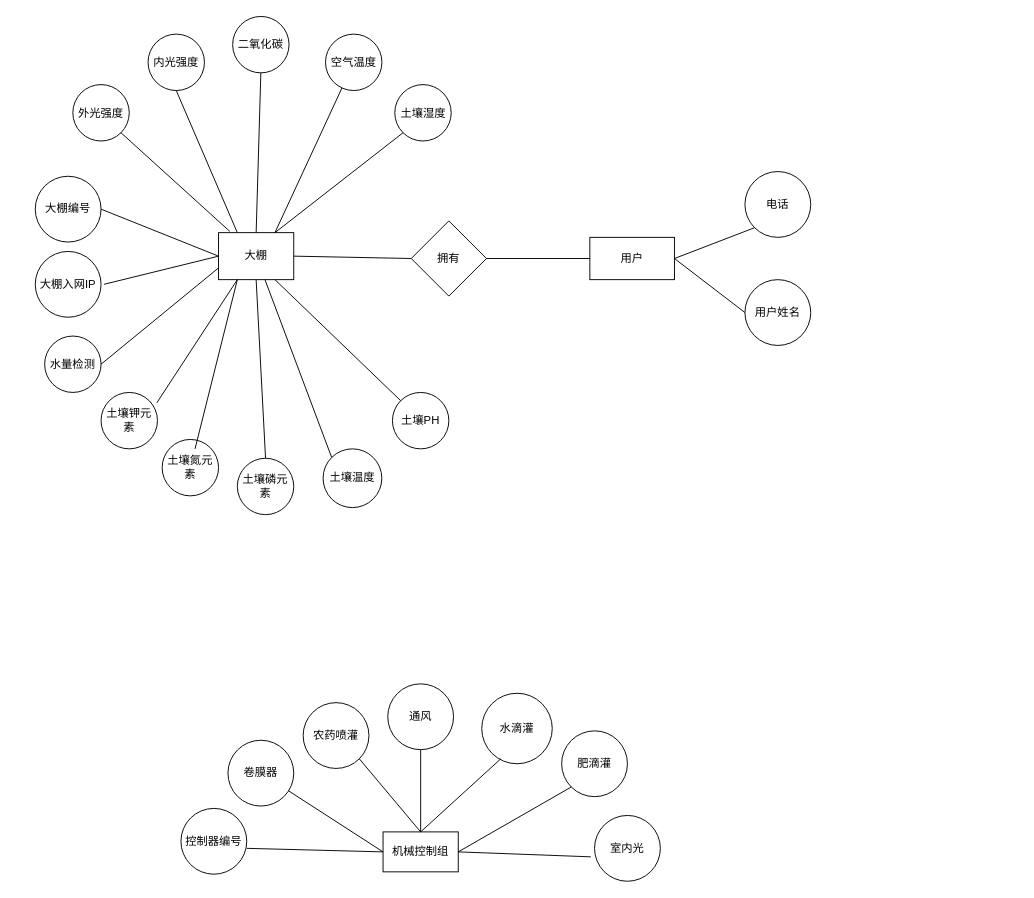
The draw.io diagram 数据库ER图.drawio in jiejiehuang113/Precise-irrigation, before the edit. Source tidied: cells renumbered, new cells numbered last; positions are measured from the earlier drawing's top-left corner, leaving out a move shared by most shapes. Both pictures are drawn from the tidied source at 94%, with x=0, y=0 at pixel (35, 16).
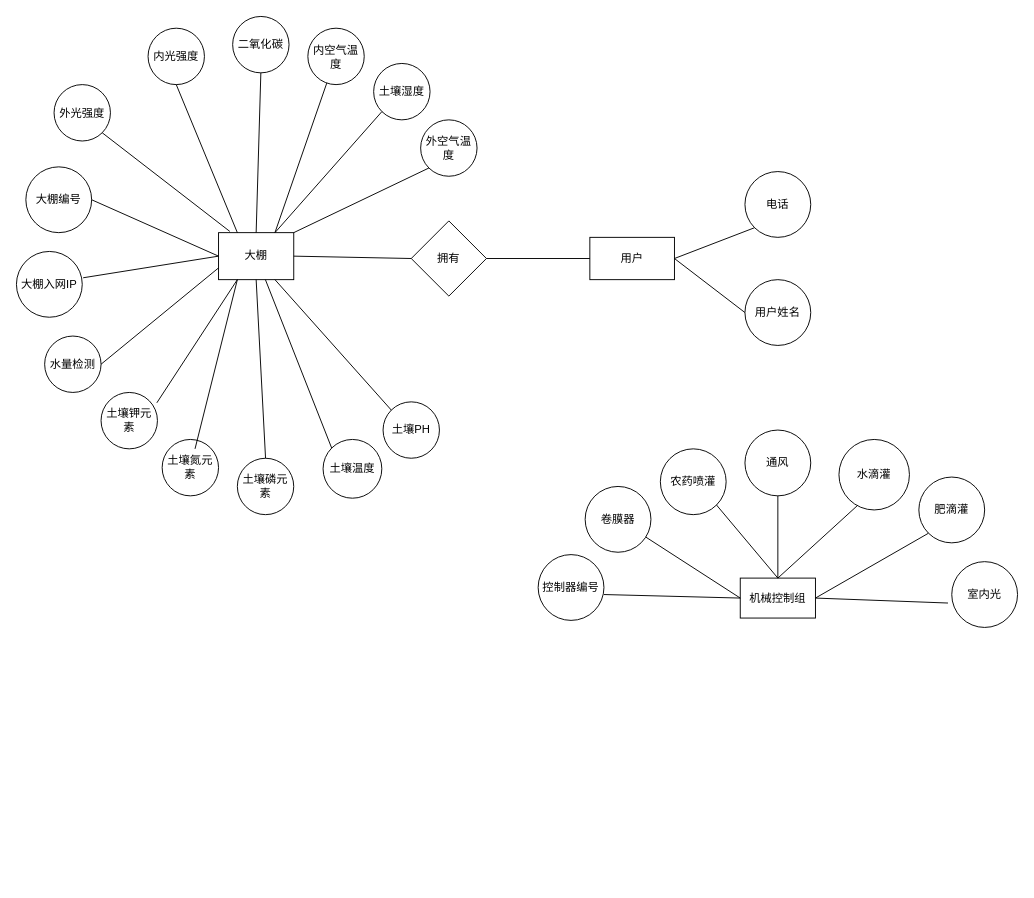
After the change.

Commit message:
更新数据库ER图.drawio

Unchanged cells that the change refers to:
```xml
<mxCell id="2" value="大棚" style="rounded=0;whiteSpace=wrap;html=1;" parent="1" vertex="1">
  <mxGeometry x="195" y="230" width="80" height="50" as="geometry" />
</mxCell>
```

Change to the diagram source:
```diff
@@
     <mxCell id="4" value="内光强度" style="ellipse;whiteSpace=wrap;html=1;" parent="1" vertex="1">
-      <mxGeometry x="120" y="18.8" width="60" height="60" as="geometry" />
+      <mxGeometry x="120" y="12.5" width="60" height="60" as="geometry" />
     </mxCell>
     <mxCell id="5" value="外光强度" style="ellipse;whiteSpace=wrap;html=1;" parent="1" vertex="1">
-      <mxGeometry x="40" y="72.5" width="60" height="60" as="geometry" />
+      <mxGeometry x="20" y="72.5" width="60" height="60" as="geometry" />
     </mxCell>
     <mxCell id="6" value="机械控制组" style="rounded=0;whiteSpace=wrap;html=1;" parent="1" vertex="1">
-      <mxGeometry x="370" y="867.5" width="80" height="42.5" as="geometry" />
+      <mxGeometry x="750" y="597.5" width="80" height="42.5" as="geometry" />
     </mxCell>
     <mxCell id="7" value="卷膜器" style="ellipse;whiteSpace=wrap;html=1;" parent="1" vertex="1">
-      <mxGeometry x="205" y="770" width="70" height="70" as="geometry" />
+      <mxGeometry x="585" y="500" width="70" height="70" as="geometry" />
     </mxCell>
     <mxCell id="8" value="农药喷灌" style="ellipse;whiteSpace=wrap;html=1;" parent="1" vertex="1">
-      <mxGeometry x="285" y="730" width="70" height="70" as="geometry" />
+      <mxGeometry x="665" y="460" width="70" height="70" as="geometry" />
     </mxCell>
     <mxCell id="9" value="通风" style="ellipse;whiteSpace=wrap;html=1;" parent="1" vertex="1">
-      <mxGeometry x="375" y="710" width="70" height="70" as="geometry" />
+      <mxGeometry x="755" y="440" width="70" height="70" as="geometry" />
     </mxCell>
     <mxCell id="10" value="水滴灌" style="ellipse;whiteSpace=wrap;html=1;" parent="1" vertex="1">
-      <mxGeometry x="475" y="720" width="75" height="75" as="geometry" />
+      <mxGeometry x="855" y="450" width="75" height="75" as="geometry" />
     </mxCell>
     <mxCell id="11" value="室内光" style="ellipse;whiteSpace=wrap;html=1;" parent="1" vertex="1">
-      <mxGeometry x="595" y="850" width="70" height="70" as="geometry" />
+      <mxGeometry x="975" y="580" width="70" height="70" as="geometry" />
     </mxCell>
     <mxCell id="12" value="肥滴灌" style="ellipse;whiteSpace=wrap;html=1;" parent="1" vertex="1">
-      <mxGeometry x="560" y="760" width="70" height="70" as="geometry" />
+      <mxGeometry x="940" y="490" width="70" height="70" as="geometry" />
     </mxCell>
@@
     <mxCell id="16" value="土壤PH" style="ellipse;whiteSpace=wrap;html=1;" parent="1" vertex="1">
-      <mxGeometry x="380" y="400" width="60" height="60" as="geometry" />
+      <mxGeometry x="370" y="410" width="60" height="60" as="geometry" />
     </mxCell>
     <mxCell id="17" value="土壤湿度" style="ellipse;whiteSpace=wrap;html=1;" parent="1" vertex="1">
-      <mxGeometry x="382.5" y="72.5" width="60" height="60" as="geometry" />
+      <mxGeometry x="360" y="50" width="60" height="60" as="geometry" />
     </mxCell>
     <mxCell id="18" value="土壤温度" style="ellipse;whiteSpace=wrap;html=1;" parent="1" vertex="1">
-      <mxGeometry x="306.2" y="460" width="62.5" height="62.5" as="geometry" />
+      <mxGeometry x="306.2" y="450" width="62.5" height="62.5" as="geometry" />
     </mxCell>
-    <mxCell id="19" value="空气温度" style="ellipse;whiteSpace=wrap;html=1;" parent="1" vertex="1">
-      <mxGeometry x="308.8" y="18.8" width="60" height="60" as="geometry" />
+    <mxCell id="19" value="内空气温度" style="ellipse;whiteSpace=wrap;html=1;" parent="1" vertex="1">
+      <mxGeometry x="290" y="12.5" width="60" height="60" as="geometry" />
     </mxCell>
     <mxCell id="20" value="大棚编号" style="ellipse;whiteSpace=wrap;html=1;" parent="1" vertex="1">
-      <mxGeometry y="170" width="70" height="70" as="geometry" />
+      <mxGeometry x="-10" y="160" width="70" height="70" as="geometry" />
     </mxCell>
     <mxCell id="21" value="大棚入网IP" style="ellipse;whiteSpace=wrap;html=1;" parent="1" vertex="1">
-      <mxGeometry y="250" width="70" height="70" as="geometry" />
+      <mxGeometry x="-20" y="250" width="70" height="70" as="geometry" />
     </mxCell>
     <mxCell id="22" value="控制器编号" style="ellipse;whiteSpace=wrap;html=1;" parent="1" vertex="1">
-      <mxGeometry x="155" y="842.5" width="70" height="70" as="geometry" />
+      <mxGeometry x="535" y="572.5" width="70" height="70" as="geometry" />
     </mxCell>
@@
-    <mxCell id="24" style="endArrow=none;html=1;entryX=0;entryY=0.5;entryDx=0;entryDy=0;" parent="1" edge="1" target="2">
-      <mxGeometry relative="1" as="geometry">
-        <mxPoint x="73" y="285" as="sourcePoint" />
-      </mxGeometry>
+    <mxCell id="24" style="endArrow=none;html=1;entryX=0;entryY=0.5;entryDx=0;entryDy=0;exitX=1.014;exitY=0.4;exitDx=0;exitDy=0;exitPerimeter=0;" parent="1" edge="1" source="21" target="2">
+      <mxGeometry relative="1" as="geometry" />
     </mxCell>
@@
+    <mxCell id="52" value="外空气温度" style="ellipse;whiteSpace=wrap;html=1;" parent="1" vertex="1">
+      <mxGeometry x="410" y="110" width="60" height="60" as="geometry" />
+    </mxCell>
+    <mxCell id="53" style="endArrow=none;html=1;entryX=0;entryY=1;entryDx=0;entryDy=0;exitX=1;exitY=0;exitDx=0;exitDy=0;" parent="1" edge="1" source="2" target="52">
+      <mxGeometry relative="1" as="geometry" />
+    </mxCell>
```
